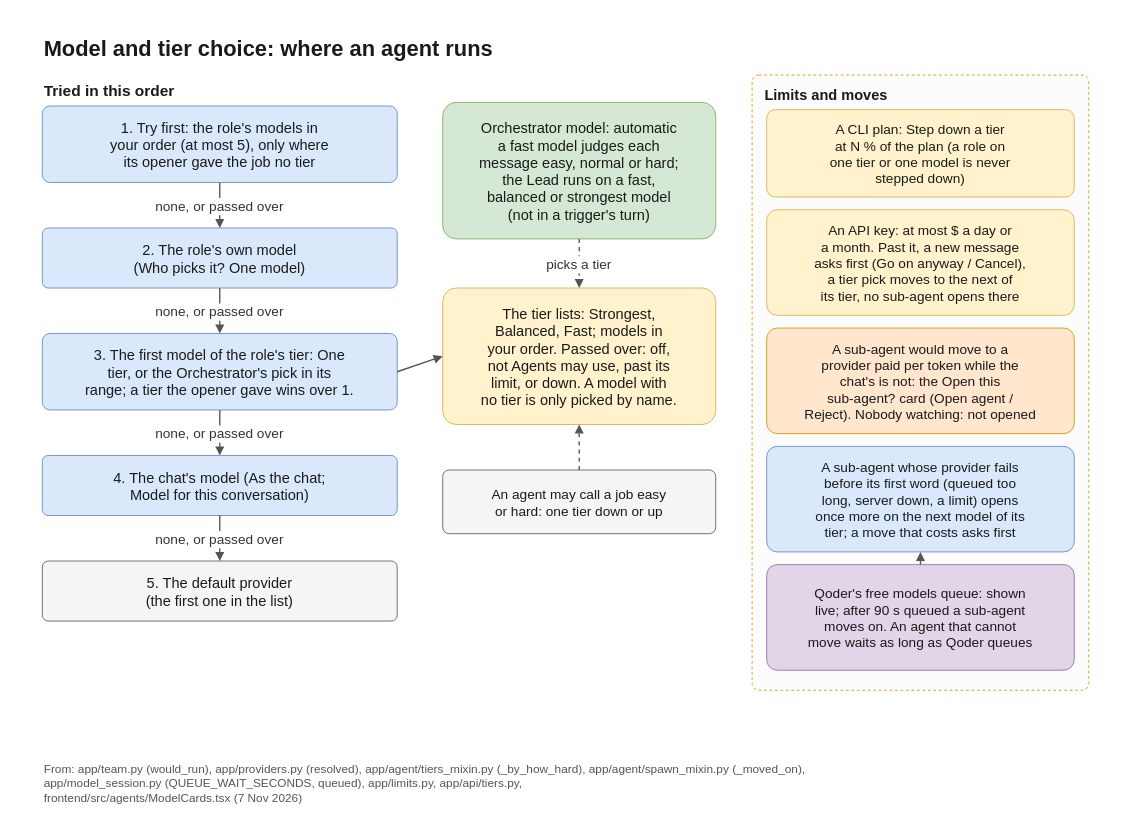
Before: docs/diagrams/models.drawio in flyingriverhorse/Koloni, a draw.io diagram. Source tidied: cells renumbered, new cells numbered last; positions are measured from the earlier drawing's top-left corner, leaving out a move shared by most shapes. Both pictures are drawn from the tidied source at 91%, with x=0, y=0 at pixel (15, 15).
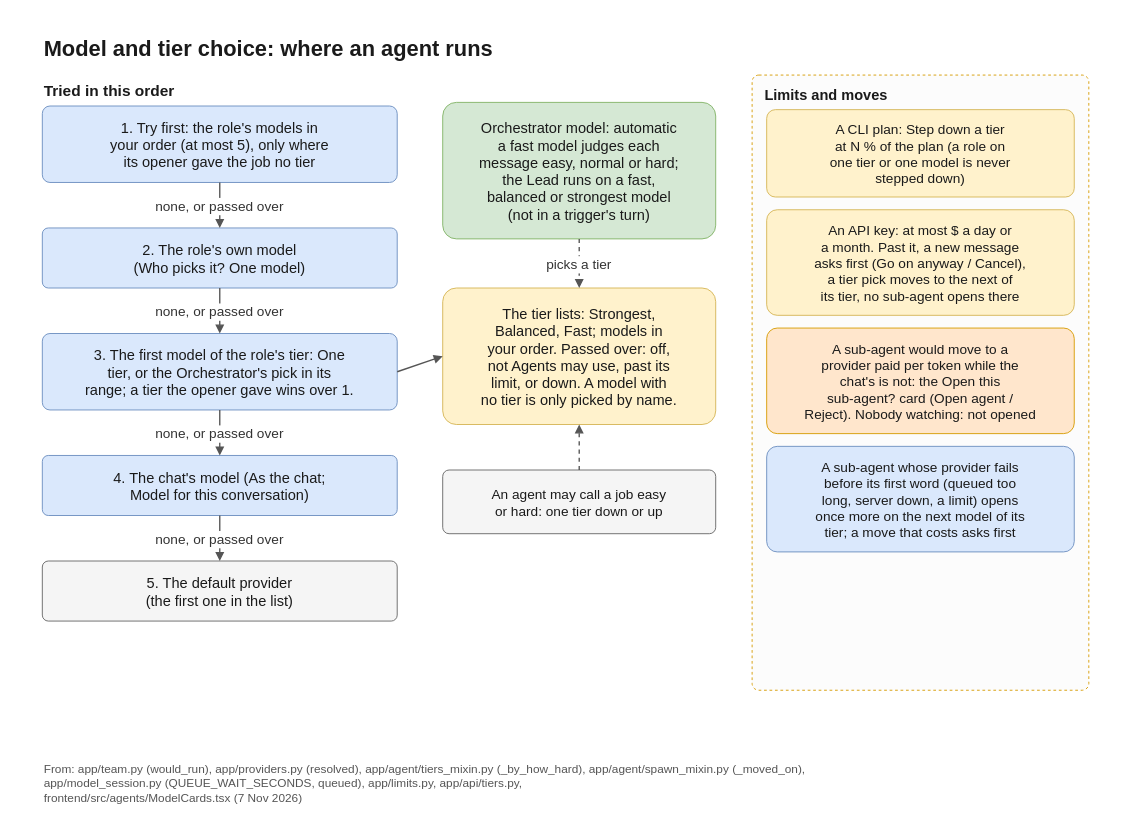
The same diagram, later.

The change refers to these unchanged cells:
```xml
<mxCell id="24" value="A sub-agent whose provider fails&#10;before its first word (queued too&#10;long, server down, a limit) opens&#10;once more on the next model of its&#10;tier; a move that costs asks first" style="rounded=1;arcSize=10;fillColor=#dae8fc;strokeColor=#6c8ebf;fontFamily=Helvetica;fontColor=#1a1a1a;fontSize=15;spacing=6;" parent="1" vertex="1">
  <mxGeometry x="826" y="474" width="338" height="116" as="geometry" />
</mxCell>
```

Diff of the diagram source:
```diff
@@
-    <mxCell id="25" value="Qoder's free models queue: shown&#10;live; after 90 s queued a sub-agent&#10;moves on. An agent that cannot&#10;move waits as long as Qoder queues" style="rounded=1;arcSize=10;fillColor=#e1d5e7;strokeColor=#9673a6;fontFamily=Helvetica;fontColor=#1a1a1a;fontSize=15;spacing=6;" parent="1" vertex="1">
-      <mxGeometry x="826" y="604" width="338" height="116" as="geometry" />
-    </mxCell>
-    <mxCell id="26" style="endArrow=block;endFill=1;strokeColor=#555555;strokeWidth=1.5;fontFamily=Helvetica;fontSize=15;fontColor=#333333;labelBackgroundColor=#ffffff;exitX=0.5;exitY=0;entryX=0.5;entryY=1;" parent="1" edge="1" source="25" target="24">
-      <mxGeometry relative="1" as="geometry" />
-    </mxCell>
```
